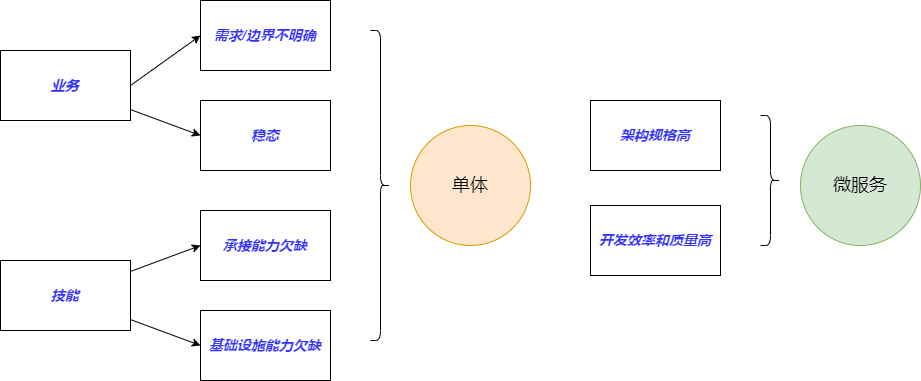
The draw.io diagram image/arch-style.drawio.png in codefossil/javabook, before a commit. Source tidied: cells renumbered, new cells last; positions are measured from the earlier drawing's top-left corner, leaving out a move shared by most shapes.
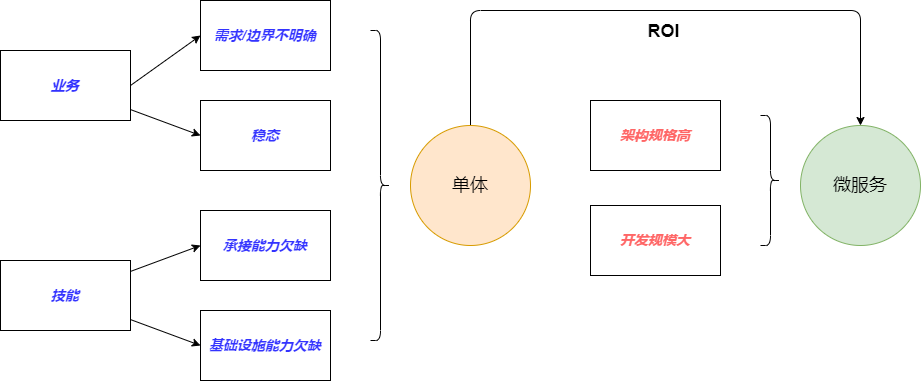
Above is the later version.

Diff of the diagram source:
```diff
@@ -5,6 +5,19 @@
     <mxCell id="2" value="&lt;div style=&quot;text-align: left&quot;&gt;&lt;/div&gt;&lt;font&gt;&lt;b style=&quot;font-size: 14px&quot;&gt;&lt;font color=&quot;#3333ff&quot;&gt;&lt;i&gt;需求/边界不明确&lt;/i&gt;&lt;/font&gt;&lt;br&gt;&lt;/b&gt;&lt;/font&gt;" style="rounded=0;whiteSpace=wrap;html=1;" parent="1" vertex="1">
       <mxGeometry x="200" width="130" height="70" as="geometry" />
     </mxCell>
+    <mxCell id="18" style="edgeStyle=none;html=1;entryX=0.5;entryY=0;entryDx=0;entryDy=0;exitX=0.5;exitY=0;exitDx=0;exitDy=0;" parent="1" edge="1" source="3" target="6">
+      <mxGeometry relative="1" as="geometry">
+        <Array as="points">
+          <mxPoint x="470" y="10" />
+          <mxPoint x="860" y="10" />
+        </Array>
+      </mxGeometry>
+    </mxCell>
+    <mxCell id="19" value="ROI" style="edgeLabel;html=1;align=center;verticalAlign=middle;fontSize=18;fontStyle=1;" parent="18" vertex="1">
+      <mxGeometry x="-0.1" y="-3" relative="1" as="geometry">
+        <mxPoint x="29" y="17" as="offset" />
+      </mxGeometry>
+    </mxCell>
     <mxCell id="3" value="单体" style="ellipse;whiteSpace=wrap;html=1;rounded=0;fontSize=18;fillColor=#ffe6cc;strokeColor=#d79b00;" parent="1" vertex="1">
       <mxGeometry x="410" y="125" width="120" height="120" as="geometry" />
     </mxCell>
@@ -41,10 +54,10 @@
     <mxCell id="14" style="shape=curlyBracket;whiteSpace=wrap;html=1;rounded=1;flipH=1;" parent="1" vertex="1">
       <mxGeometry x="370" y="30" width="20" height="310" as="geometry" />
     </mxCell>
-    <mxCell id="15" value="&lt;div style=&quot;text-align: left&quot;&gt;&lt;/div&gt;&lt;font&gt;&lt;b style=&quot;font-size: 14px&quot;&gt;&lt;font color=&quot;#3333ff&quot;&gt;&lt;i&gt;架构规格高&lt;/i&gt;&lt;/font&gt;&lt;br&gt;&lt;/b&gt;&lt;/font&gt;" style="rounded=0;whiteSpace=wrap;html=1;" parent="1" vertex="1">
+    <mxCell id="15" value="&lt;div style=&quot;text-align: left&quot;&gt;&lt;/div&gt;&lt;font&gt;&lt;b style=&quot;font-size: 14px&quot;&gt;&lt;i&gt;&lt;font color=&quot;#ff6666&quot;&gt;架构规格高&lt;/font&gt;&lt;/i&gt;&lt;br&gt;&lt;/b&gt;&lt;/font&gt;" style="rounded=0;whiteSpace=wrap;html=1;" parent="1" vertex="1">
       <mxGeometry x="590" y="100" width="130" height="70" as="geometry" />
     </mxCell>
-    <mxCell id="16" value="&lt;div style=&quot;text-align: left&quot;&gt;&lt;/div&gt;&lt;font&gt;&lt;b style=&quot;font-size: 14px&quot;&gt;&lt;font color=&quot;#3333ff&quot;&gt;&lt;i&gt;开发效率和质量高&lt;/i&gt;&lt;/font&gt;&lt;br&gt;&lt;/b&gt;&lt;/font&gt;" style="rounded=0;whiteSpace=wrap;html=1;" parent="1" vertex="1">
+    <mxCell id="16" value="&lt;div style=&quot;text-align: left&quot;&gt;&lt;/div&gt;&lt;font&gt;&lt;b style=&quot;font-size: 14px&quot;&gt;&lt;font color=&quot;#ff6666&quot;&gt;&lt;i&gt;开发规模大&lt;/i&gt;&lt;/font&gt;&lt;br&gt;&lt;/b&gt;&lt;/font&gt;" style="rounded=0;whiteSpace=wrap;html=1;" parent="1" vertex="1">
       <mxGeometry x="590" y="205" width="130" height="70" as="geometry" />
     </mxCell>
     <mxCell id="17" style="shape=curlyBracket;whiteSpace=wrap;html=1;rounded=1;flipH=1;" parent="1" vertex="1">
```
